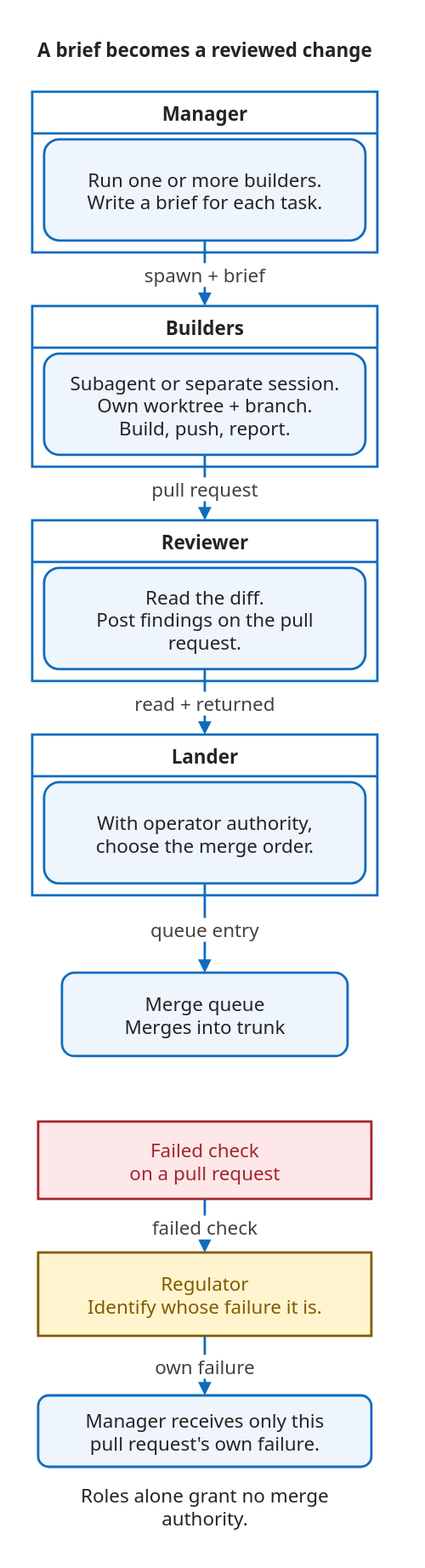
This is docs/assets/diagrams/g04-build-handoffs-mobile.svg from wshallwshall/korus, a draw.io export, as it was before one commit. Source tidied: cells renumbered, new cells last; positions are measured from the earlier drawing's top-left corner, leaving out a move shared by most shapes.
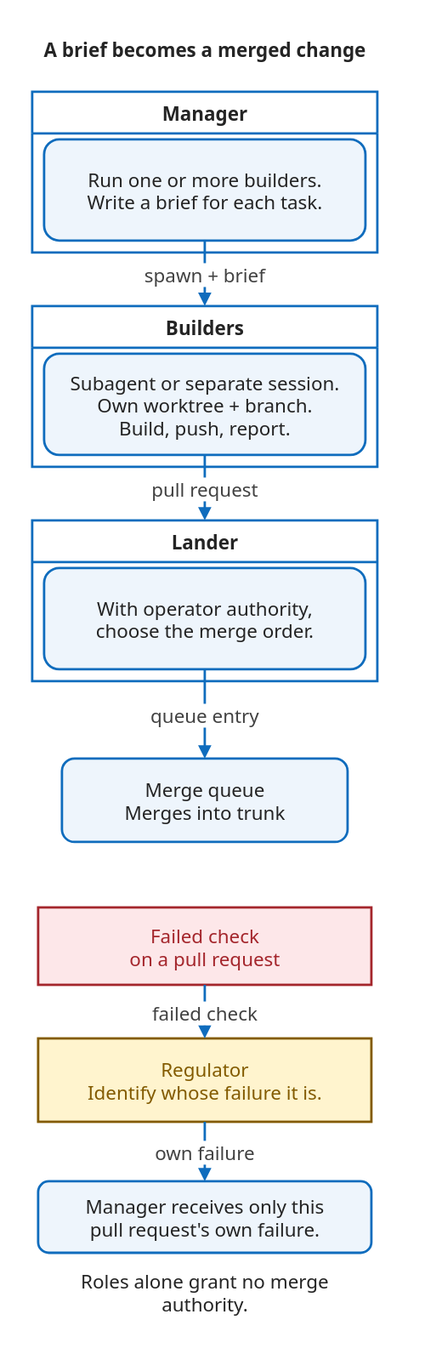
The same file after the commit.

Commit message:
docs(diagrams): redraw g04-build-handoffs without the retired Reviewer lane (#107)

Change to the diagram source:
```diff
@@ -3,19 +3,19 @@
     <mxCell id="0" />
     <mxCell id="1" parent="0" />
     <mxCell id="2" style="html=0;fontFamily=Segoe UI,Arial,sans-serif;fontSize=16;fontColor=#242424;strokeColor=#0f6cbd;strokeWidth=2;fillColor=#eef5fc;spacing=10;fillColor=#ffffff;strokeColor=none;fontFamily=Segoe UI,Arial,sans-serif;fontSize=16;" parent="1" vertex="1">
-      <mxGeometry width="320" height="1280" as="geometry" />
+      <mxGeometry y="180" width="320" height="1100" as="geometry" />
     </mxCell>
-    <mxCell id="3" value="A brief becomes a reviewed change" style="html=0;fontFamily=Segoe UI,Arial,sans-serif;fontSize=16;fontColor=#242424;strokeColor=#0f6cbd;strokeWidth=2;fillColor=#eef5fc;spacing=10;fillColor=none;strokeColor=none;spacing=0;fontStyle=1;fontFamily=Segoe UI,Arial,sans-serif;fontSize=16;" parent="1" vertex="1">
-      <mxGeometry x="10" y="8" width="300" height="42" as="geometry" />
+    <mxCell id="3" value="A brief becomes a merged change" style="html=0;fontFamily=Segoe UI,Arial,sans-serif;fontSize=16;fontColor=#242424;strokeColor=#0f6cbd;strokeWidth=2;fillColor=#eef5fc;spacing=10;fillColor=none;strokeColor=none;spacing=0;fontStyle=1;fontFamily=Segoe UI,Arial,sans-serif;fontSize=16;" parent="1" vertex="1">
+      <mxGeometry x="10" y="188" width="300" height="42" as="geometry" />
     </mxCell>
     <mxCell id="4" value="Manager" style="html=0;fontFamily=Segoe UI,Arial,sans-serif;fontSize=16;fontColor=#242424;strokeColor=#0f6cbd;strokeWidth=2;fillColor=#eef5fc;spacing=10;swimlane;startSize=35;fillColor=#ffffff;fontFamily=Segoe UI,Arial,sans-serif;fontSize=16;" parent="1" vertex="1">
-      <mxGeometry x="15" y="65" width="290" height="135" as="geometry" />
+      <mxGeometry x="15" y="245" width="290" height="135" as="geometry" />
     </mxCell>
     <mxCell id="5" value="Run one or more builders.&#10;Write a brief for each task." style="html=0;fontFamily=Segoe UI,Arial,sans-serif;fontSize=16;fontColor=#242424;strokeColor=#0f6cbd;strokeWidth=2;fillColor=#eef5fc;spacing=10;rounded=1;fontFamily=Segoe UI,Arial,sans-serif;fontSize=16;" parent="4" vertex="1">
       <mxGeometry x="10" y="40" width="270" height="85" as="geometry" />
     </mxCell>
     <mxCell id="6" value="Builders" style="html=0;fontFamily=Segoe UI,Arial,sans-serif;fontSize=16;fontColor=#242424;strokeColor=#0f6cbd;strokeWidth=2;fillColor=#eef5fc;spacing=10;swimlane;startSize=35;fillColor=#ffffff;fontFamily=Segoe UI,Arial,sans-serif;fontSize=16;" parent="1" vertex="1">
-      <mxGeometry x="15" y="245" width="290" height="135" as="geometry" />
+      <mxGeometry x="15" y="425" width="290" height="135" as="geometry" />
     </mxCell>
     <mxCell id="7" value="Subagent or separate session.&#10;Own worktree + branch.&#10;Build, push, report." style="html=0;fontFamily=Segoe UI,Arial,sans-serif;fontSize=16;fontColor=#242424;strokeColor=#0f6cbd;strokeWidth=2;fillColor=#eef5fc;spacing=10;rounded=1;fontFamily=Segoe UI,Arial,sans-serif;fontSize=16;" parent="6" vertex="1">
       <mxGeometry x="10" y="40" width="270" height="85" as="geometry" />
@@ -23,24 +23,15 @@
     <mxCell id="8" value="spawn + brief" style="edgeStyle=orthogonalEdgeStyle;rounded=0;html=0;fontFamily=Segoe UI,Arial,sans-serif;fontSize=16;fontColor=#424242;labelBackgroundColor=#ffffff;strokeColor=#0f6cbd;strokeWidth=2;endArrow=block;endFill=1;" parent="1" edge="1" source="5" target="6">
       <mxGeometry relative="1" as="geometry" />
     </mxCell>
-    <mxCell id="9" value="Reviewer" style="html=0;fontFamily=Segoe UI,Arial,sans-serif;fontSize=16;fontColor=#242424;strokeColor=#0f6cbd;strokeWidth=2;fillColor=#eef5fc;spacing=10;swimlane;startSize=35;fillColor=#ffffff;fontFamily=Segoe UI,Arial,sans-serif;fontSize=16;" parent="1" vertex="1">
-      <mxGeometry x="15" y="425" width="290" height="135" as="geometry" />
-    </mxCell>
-    <mxCell id="10" value="Read the diff.&#10;Post findings on the pull&#10;request." style="html=0;fontFamily=Segoe UI,Arial,sans-serif;fontSize=16;fontColor=#242424;strokeColor=#0f6cbd;strokeWidth=2;fillColor=#eef5fc;spacing=10;rounded=1;fontFamily=Segoe UI,Arial,sans-serif;fontSize=16;" parent="9" vertex="1">
-      <mxGeometry x="10" y="40" width="270" height="85" as="geometry" />
-    </mxCell>
-    <mxCell id="11" value="pull request" style="edgeStyle=orthogonalEdgeStyle;rounded=0;html=0;fontFamily=Segoe UI,Arial,sans-serif;fontSize=16;fontColor=#424242;labelBackgroundColor=#ffffff;strokeColor=#0f6cbd;strokeWidth=2;endArrow=block;endFill=1;" parent="1" edge="1" source="7" target="9">
-      <mxGeometry relative="1" as="geometry" />
-    </mxCell>
     <mxCell id="12" value="Lander" style="html=0;fontFamily=Segoe UI,Arial,sans-serif;fontSize=16;fontColor=#242424;strokeColor=#0f6cbd;strokeWidth=2;fillColor=#eef5fc;spacing=10;swimlane;startSize=35;fillColor=#ffffff;fontFamily=Segoe UI,Arial,sans-serif;fontSize=16;" parent="1" vertex="1">
       <mxGeometry x="15" y="605" width="290" height="135" as="geometry" />
     </mxCell>
     <mxCell id="13" value="With operator authority,&#10;choose the merge order." style="html=0;fontFamily=Segoe UI,Arial,sans-serif;fontSize=16;fontColor=#242424;strokeColor=#0f6cbd;strokeWidth=2;fillColor=#eef5fc;spacing=10;rounded=1;fontFamily=Segoe UI,Arial,sans-serif;fontSize=16;" parent="12" vertex="1">
       <mxGeometry x="10" y="40" width="270" height="85" as="geometry" />
     </mxCell>
-    <mxCell id="14" value="read + returned" style="edgeStyle=orthogonalEdgeStyle;rounded=0;html=0;fontFamily=Segoe UI,Arial,sans-serif;fontSize=16;fontColor=#424242;labelBackgroundColor=#ffffff;strokeColor=#0f6cbd;strokeWidth=2;endArrow=block;endFill=1;" parent="1" edge="1" source="10" target="12">
-      <mxGeometry relative="1" as="geometry" />
-    </mxCell>
+    <mxCell id="11" value="pull request" style="edgeStyle=orthogonalEdgeStyle;rounded=0;html=0;fontFamily=Segoe UI,Arial,sans-serif;fontSize=16;fontColor=#424242;labelBackgroundColor=#ffffff;strokeColor=#0f6cbd;strokeWidth=2;endArrow=block;endFill=1;" parent="1" edge="1" source="7" target="12">
+      <mxGeometry relative="1" as="geometry" />
+    </mxCell>
     <mxCell id="15" value="Merge queue&#10;Merges into trunk" style="html=0;fontFamily=Segoe UI,Arial,sans-serif;fontSize=16;fontColor=#242424;strokeColor=#0f6cbd;strokeWidth=2;fillColor=#eef5fc;spacing=10;rounded=1;fontFamily=Segoe UI,Arial,sans-serif;fontSize=16;" parent="1" vertex="1">
       <mxGeometry x="40" y="805" width="240" height="70" as="geometry" />
     </mxCell>
```
